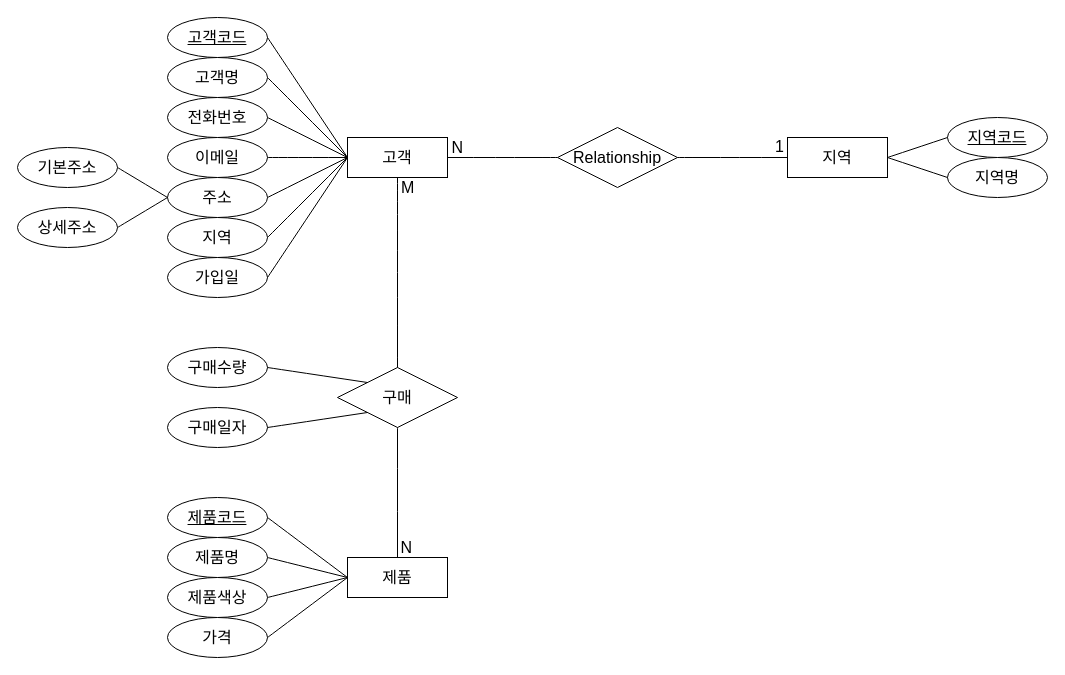
Before: page "ERD" (1 of 2) of 온라인상거래.drawio in 2naayoon/prep, a draw.io diagram. Source tidied: cells renumbered, new cells numbered last; positions are measured from the earlier drawing's top-left corner, leaving out a move shared by most shapes. Both pictures are drawn from the tidied source at 100%, with x=0, y=0 at pixel (17, 17).
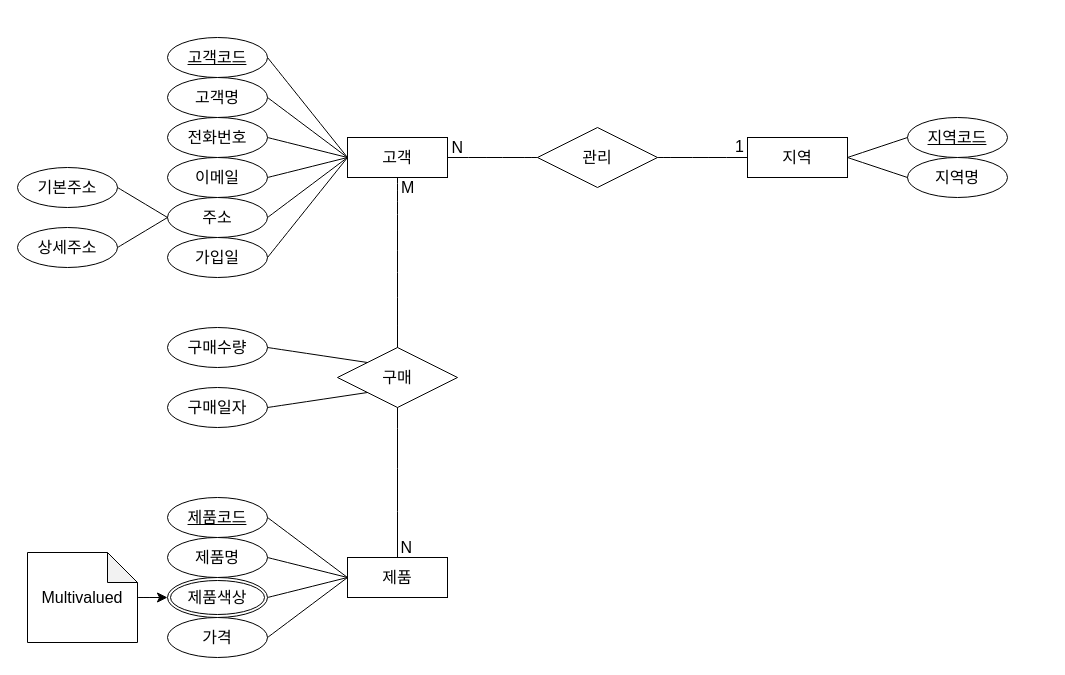
The same diagram, later.

Unchanged cells that the change refers to:
```xml
<mxCell id="2" value="고객" style="whiteSpace=wrap;html=1;align=center;fontSize=16;" parent="1" vertex="1">
  <mxGeometry x="330" y="120" width="100" height="40" as="geometry" />
</mxCell>
```

What changed in the source:
```diff
@@
     <mxCell id="3" value="지역" style="whiteSpace=wrap;html=1;align=center;fontSize=16;" parent="1" vertex="1">
-      <mxGeometry x="770" y="120" width="100" height="40" as="geometry" />
+      <mxGeometry x="730" y="120" width="100" height="40" as="geometry" />
     </mxCell>
@@
     <mxCell id="5" value="고객코드" style="ellipse;whiteSpace=wrap;html=1;align=center;fontStyle=4;fontSize=16;" parent="1" vertex="1">
-      <mxGeometry x="150" width="100" height="40" as="geometry" />
+      <mxGeometry x="150" y="20" width="100" height="40" as="geometry" />
     </mxCell>
     <mxCell id="6" value="고객명" style="ellipse;whiteSpace=wrap;html=1;align=center;fontSize=16;" parent="1" vertex="1">
-      <mxGeometry x="150" y="40" width="100" height="40" as="geometry" />
+      <mxGeometry x="150" y="60" width="100" height="40" as="geometry" />
     </mxCell>
     <mxCell id="7" value="전화번호" style="ellipse;whiteSpace=wrap;html=1;align=center;fontSize=16;" parent="1" vertex="1">
-      <mxGeometry x="150" y="80" width="100" height="40" as="geometry" />
+      <mxGeometry x="150" y="100" width="100" height="40" as="geometry" />
     </mxCell>
     <mxCell id="8" value="이메일" style="ellipse;whiteSpace=wrap;html=1;align=center;fontSize=16;" parent="1" vertex="1">
-      <mxGeometry x="150" y="120" width="100" height="40" as="geometry" />
+      <mxGeometry x="150" y="140" width="100" height="40" as="geometry" />
     </mxCell>
     <mxCell id="9" value="주소" style="ellipse;whiteSpace=wrap;html=1;align=center;fontSize=16;" parent="1" vertex="1">
-      <mxGeometry x="150" y="160" width="100" height="40" as="geometry" />
+      <mxGeometry x="150" y="180" width="100" height="40" as="geometry" />
     </mxCell>
-    <mxCell id="10" value="지역" style="ellipse;whiteSpace=wrap;html=1;align=center;fontSize=16;" parent="1" vertex="1">
-      <mxGeometry x="150" y="200" width="100" height="40" as="geometry" />
-    </mxCell>
     <mxCell id="11" value="가입일&lt;br&gt;" style="ellipse;whiteSpace=wrap;html=1;align=center;fontSize=16;" parent="1" vertex="1">
-      <mxGeometry x="150" y="240" width="100" height="40" as="geometry" />
+      <mxGeometry x="150" y="220" width="100" height="40" as="geometry" />
     </mxCell>
     <mxCell id="12" value="기본주소" style="ellipse;whiteSpace=wrap;html=1;align=center;fontSize=16;" parent="1" vertex="1">
-      <mxGeometry y="130" width="100" height="40" as="geometry" />
+      <mxGeometry y="150" width="100" height="40" as="geometry" />
     </mxCell>
     <mxCell id="13" value="상세주소" style="ellipse;whiteSpace=wrap;html=1;align=center;fontSize=16;" parent="1" vertex="1">
-      <mxGeometry y="190" width="100" height="40" as="geometry" />
+      <mxGeometry y="210" width="100" height="40" as="geometry" />
     </mxCell>
     <mxCell id="14" value="지역명" style="ellipse;whiteSpace=wrap;html=1;align=center;fontSize=16;" parent="1" vertex="1">
-      <mxGeometry x="930" y="140" width="100" height="40" as="geometry" />
+      <mxGeometry x="890" y="140" width="100" height="40" as="geometry" />
     </mxCell>
     <mxCell id="15" value="지역코드" style="ellipse;whiteSpace=wrap;html=1;align=center;fontStyle=4;fontSize=16;" parent="1" vertex="1">
-      <mxGeometry x="930" y="100" width="100" height="40" as="geometry" />
+      <mxGeometry x="890" y="100" width="100" height="40" as="geometry" />
     </mxCell>
@@
-    <mxCell id="18" value="제품색상" style="ellipse;whiteSpace=wrap;html=1;align=center;fontSize=16;" parent="1" vertex="1">
-      <mxGeometry x="150" y="560" width="100" height="40" as="geometry" />
-    </mxCell>
@@
     <mxCell id="23" value="구매" style="shape=rhombus;perimeter=rhombusPerimeter;whiteSpace=wrap;html=1;align=center;fontSize=16;" parent="1" vertex="1">
-      <mxGeometry x="320" y="350" width="120" height="60" as="geometry" />
+      <mxGeometry x="320" y="330" width="120" height="60" as="geometry" />
     </mxCell>
     <mxCell id="24" value="구매수량" style="ellipse;whiteSpace=wrap;html=1;align=center;fontSize=16;" parent="1" vertex="1">
-      <mxGeometry x="150" y="330" width="100" height="40" as="geometry" />
+      <mxGeometry x="150" y="310" width="100" height="40" as="geometry" />
     </mxCell>
     <mxCell id="25" value="구매일자" style="ellipse;whiteSpace=wrap;html=1;align=center;fontSize=16;" parent="1" vertex="1">
-      <mxGeometry x="150" y="390" width="100" height="40" as="geometry" />
+      <mxGeometry x="150" y="370" width="100" height="40" as="geometry" />
     </mxCell>
-    <mxCell id="26" value="Relationship" style="shape=rhombus;perimeter=rhombusPerimeter;whiteSpace=wrap;html=1;align=center;fontSize=16;" parent="1" vertex="1">
-      <mxGeometry x="540" y="110" width="120" height="60" as="geometry" />
+    <mxCell id="26" value="관리" style="shape=rhombus;perimeter=rhombusPerimeter;whiteSpace=wrap;html=1;align=center;fontSize=16;" parent="1" vertex="1">
+      <mxGeometry x="520" y="110" width="120" height="60" as="geometry" />
     </mxCell>
@@
-    <mxCell id="36" style="endArrow=none;html=1;rounded=0;fontSize=12;startSize=8;endSize=8;curved=1;exitX=1;exitY=0.5;exitDx=0;exitDy=0;entryX=0;entryY=0.5;entryDx=0;entryDy=0;" parent="1" edge="1" source="10" target="2">
-      <mxGeometry relative="1" as="geometry" />
-    </mxCell>
@@
+    <mxCell id="18" value="제품색상" style="ellipse;shape=doubleEllipse;margin=3;whiteSpace=wrap;html=1;align=center;fontSize=16;" parent="1" vertex="1">
+      <mxGeometry x="150" y="560" width="100" height="40" as="geometry" />
+    </mxCell>
+    <mxCell id="48" style="edgeStyle=none;curved=1;rounded=0;jettySize=auto;html=1;fontFamily=Helvetica;fontSize=16;fontColor=default;startSize=0;endSize=8;" parent="1" edge="1" source="49" target="18">
+      <mxGeometry relative="1" as="geometry" />
+    </mxCell>
+    <mxCell id="49" value="Multivalued" style="shape=note;whiteSpace=wrap;html=1;backgroundOutline=1;darkOpacity=0.05;strokeColor=default;align=center;verticalAlign=middle;fontFamily=Helvetica;fontSize=16;fontColor=default;startSize=0;fillColor=none;" parent="1" vertex="1">
+      <mxGeometry x="10" y="535" width="110" height="90" as="geometry" />
+    </mxCell>
```
